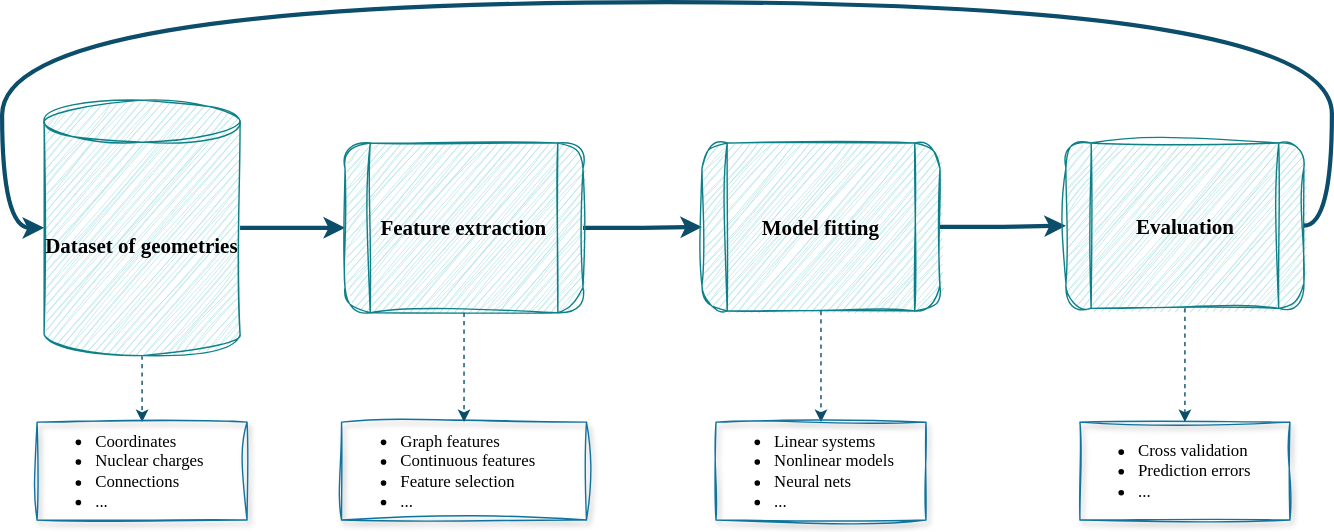
berylgithub/drawio_repo keeps this draw.io diagram as process_flow.svg. Above is the earlier version. Source tidied: cells renumbered, new cells last; positions are measured from the earlier drawing's top-left corner, leaving out a move shared by most shapes.
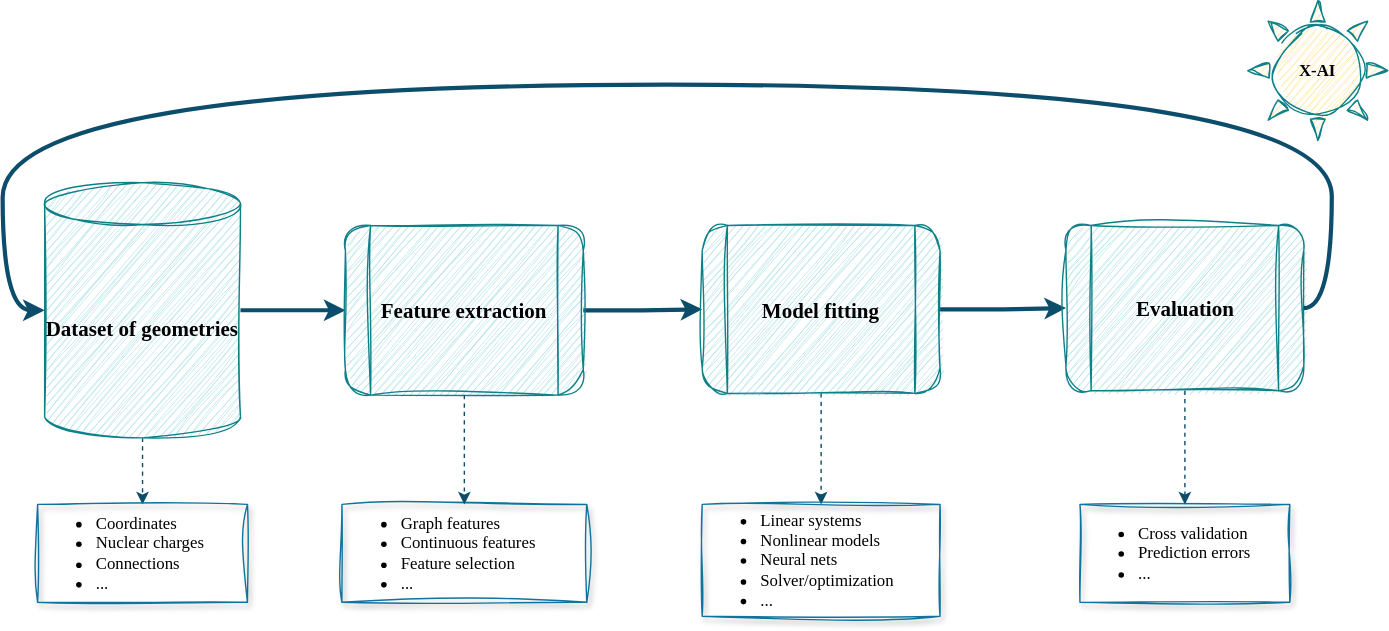
Above is the later version.

Diff of the diagram source:
```diff
@@ -38,8 +38,8 @@
     <mxCell id="13" style="edgeStyle=orthogonalEdgeStyle;rounded=1;jettySize=auto;html=1;strokeColor=#0B4D6A;entryDx=0;entryDy=0;dashed=1;entryX=0.5;entryY=0;" parent="1" edge="1" source="6" target="12">
       <mxGeometry relative="1" as="geometry" />
     </mxCell>
-    <mxCell id="14" value="&lt;ul&gt;&lt;li&gt;&lt;font face=&quot;Comic Sans MS&quot;&gt;Linear systems&lt;/font&gt;&lt;/li&gt;&lt;li&gt;&lt;font face=&quot;Comic Sans MS&quot;&gt;Nonlinear models&lt;/font&gt;&lt;/li&gt;&lt;li&gt;&lt;font face=&quot;Comic Sans MS&quot;&gt;Neural nets&lt;/font&gt;&lt;/li&gt;&lt;li&gt;&lt;font face=&quot;Comic Sans MS&quot;&gt;...&lt;/font&gt;&lt;/li&gt;&lt;/ul&gt;" style="text;html=1;align=left;verticalAlign=middle;whiteSpace=wrap;rounded=0;fillColor=none;strokeColor=#10739e;sketch=1;curveFitting=1;jiggle=2;shadow=1;" parent="1" vertex="1">
-      <mxGeometry x="510" y="300" width="150" height="70" as="geometry" />
+    <mxCell id="14" value="&lt;ul&gt;&lt;li&gt;&lt;font face=&quot;Comic Sans MS&quot;&gt;Linear systems&lt;/font&gt;&lt;/li&gt;&lt;li&gt;&lt;font face=&quot;Comic Sans MS&quot;&gt;Nonlinear models&lt;/font&gt;&lt;/li&gt;&lt;li&gt;&lt;font face=&quot;Comic Sans MS&quot;&gt;Neural nets&lt;/font&gt;&lt;/li&gt;&lt;li&gt;&lt;font face=&quot;Comic Sans MS&quot;&gt;Solver/optimization&lt;/font&gt;&lt;/li&gt;&lt;li&gt;&lt;font face=&quot;Comic Sans MS&quot;&gt;...&lt;/font&gt;&lt;/li&gt;&lt;/ul&gt;" style="text;html=1;align=left;verticalAlign=middle;whiteSpace=wrap;rounded=0;fillColor=none;strokeColor=#10739e;sketch=1;curveFitting=1;jiggle=2;shadow=1;" parent="1" vertex="1">
+      <mxGeometry x="500" y="300" width="170" height="80" as="geometry" />
     </mxCell>
     <mxCell id="15" style="endArrow=classic;html=1;rounded=1;strokeColor=#0B4D6A;exitX=1;exitY=0.5;exitDx=0;exitDy=0;entryX=0;entryY=0.5;entryDx=0;entryDy=0;entryPerimeter=0;edgeStyle=orthogonalEdgeStyle;curved=1;strokeWidth=3;" parent="1" edge="1" source="10" target="4">
       <mxGeometry relative="1" as="geometry">
@@ -57,5 +57,11 @@
     <mxCell id="17" style="endArrow=classic;html=1;rounded=1;strokeColor=#0B4D6A;entryX=0.5;entryY=0;entryDx=0;entryDy=0;exitX=0.5;exitY=1;exitDx=0;exitDy=0;dashed=1;" parent="1" edge="1" source="10" target="16">
       <mxGeometry relative="1" as="geometry" />
     </mxCell>
+    <mxCell id="18" style="verticalLabelPosition=bottom;verticalAlign=top;html=1;shape=mxgraph.basic.sun;rounded=1;strokeColor=#0e8088;fillColor=#FFE599;sketch=1;curveFitting=1;jiggle=2;align=right;fontColor=#FFE599;" parent="1" vertex="1">
+      <mxGeometry x="890" y="-60" width="100" height="100" as="geometry" />
+    </mxCell>
+    <mxCell id="19" value="X-AI" style="text;html=1;align=center;verticalAlign=middle;whiteSpace=wrap;rounded=0;fontColor=#000000;fontStyle=1;fontFamily=Comic Sans MS;" parent="1" vertex="1">
+      <mxGeometry x="910" y="-25" width="60" height="30" as="geometry" />
+    </mxCell>
   </root>
 </mxGraphModel>
```
